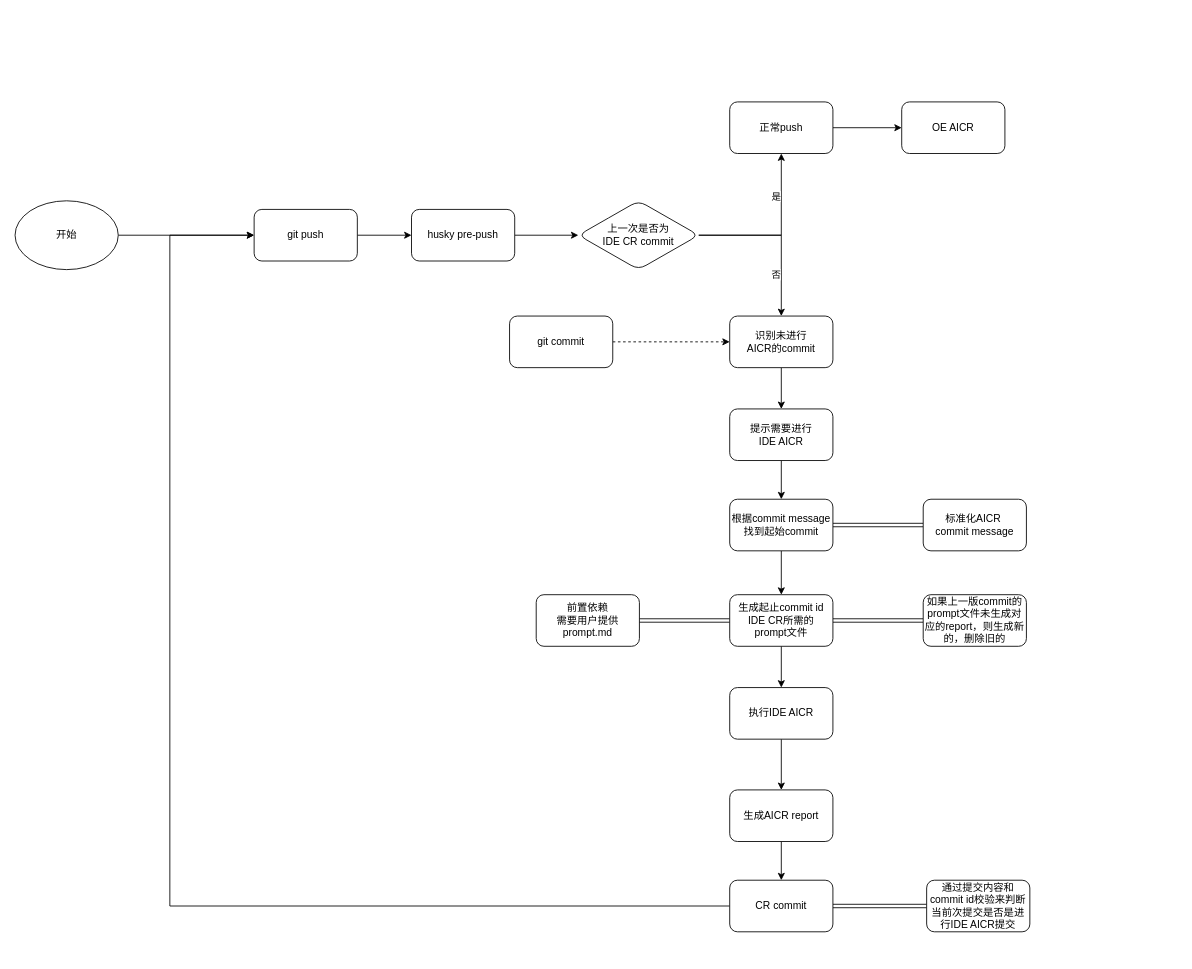
Zsynuting/diagram keeps this draw.io diagram as ide-aicr.drawio. Above is the earlier version. Source tidied: cells renumbered, new cells numbered last; positions are measured from the earlier drawing's top-left corner, leaving out a move shared by most shapes. Both pictures are drawn from the tidied source at 86%, with x=0, y=0 at pixel (15, 101).
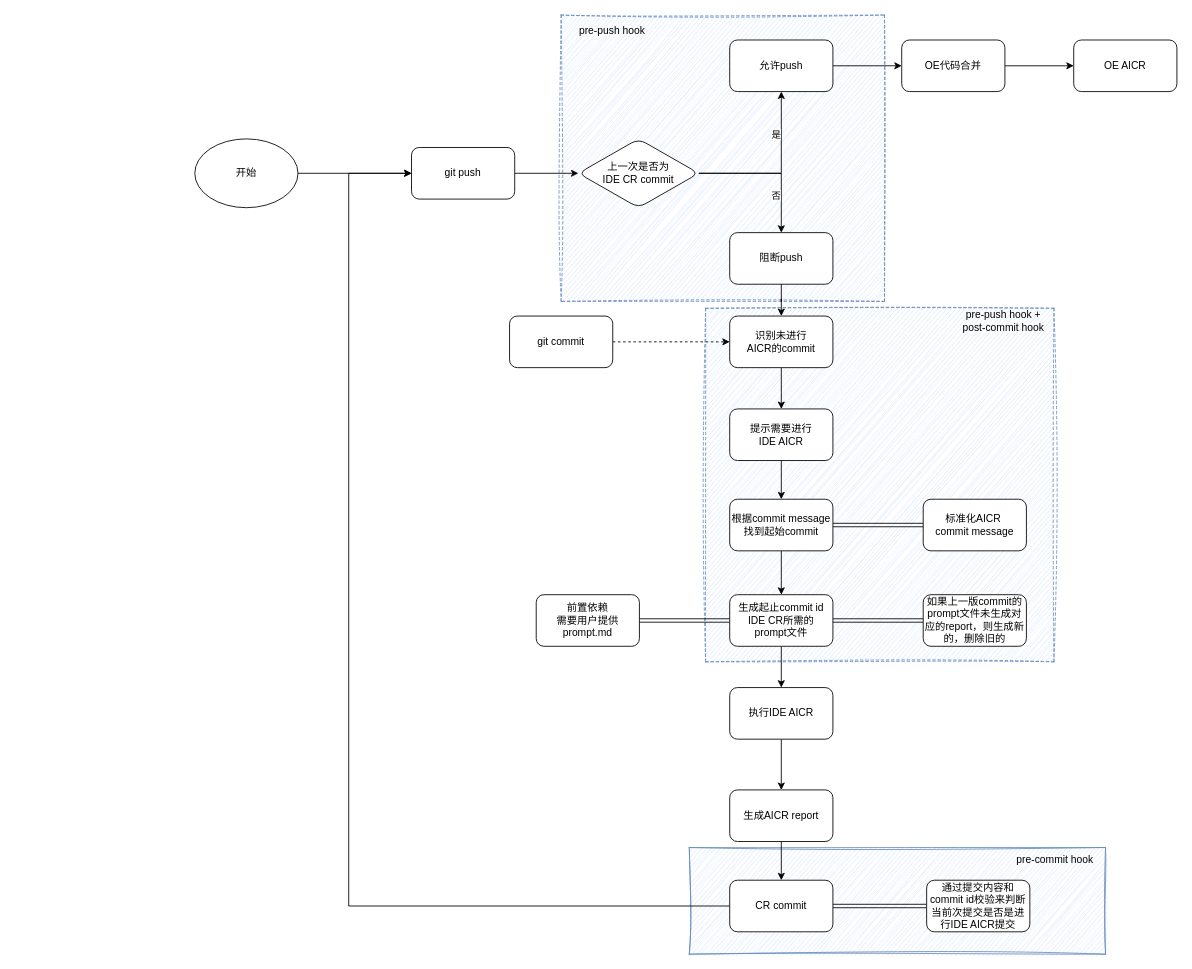
The same diagram, later.

The change refers to these unchanged cells:
```xml
<mxCell id="17" value="&lt;div&gt;提示需要进行&lt;/div&gt;&lt;div&gt;IDE AICR&lt;/div&gt;" style="whiteSpace=wrap;html=1;rounded=1;" parent="1" vertex="1">
  <mxGeometry x="831" y="357" width="120" height="60" as="geometry" />
</mxCell>
<mxCell id="30" value="CR commit" style="whiteSpace=wrap;html=1;rounded=1;" parent="1" vertex="1">
  <mxGeometry x="831" y="905" width="120" height="60" as="geometry" />
</mxCell>
<mxCell id="33" value="git commit" style="rounded=1;whiteSpace=wrap;html=1;" parent="1" vertex="1">
  <mxGeometry x="575" y="249" width="120" height="60" as="geometry" />
</mxCell>
```

What changed in the source:
```diff
@@
+    <mxCell id="40" style="rounded=0;whiteSpace=wrap;html=1;fillColor=#dae8fc;strokeColor=#6c8ebf;sketch=1;curveFitting=1;jiggle=2;" parent="1" vertex="1">
+      <mxGeometry x="784" y="867" width="484" height="124" as="geometry" />
+    </mxCell>
+    <mxCell id="41" style="rounded=0;whiteSpace=wrap;html=1;dashed=1;fillColor=#dae8fc;strokeColor=#6c8ebf;sketch=1;curveFitting=1;jiggle=2;" parent="1" vertex="1">
+      <mxGeometry x="803" y="240" width="405" height="411" as="geometry" />
+    </mxCell>
+    <mxCell id="42" style="rounded=0;whiteSpace=wrap;html=1;dashed=1;sketch=1;curveFitting=1;jiggle=2;fillColor=#dae8fc;strokeColor=#6c8ebf;" parent="1" vertex="1">
+      <mxGeometry x="635" y="-101" width="376" height="333" as="geometry" />
+    </mxCell>
@@
-    <mxCell id="3" value="husky pre-push" style="rounded=1;whiteSpace=wrap;html=1;" parent="1" vertex="1">
-      <mxGeometry x="461" y="125" width="120" height="60" as="geometry" />
+    <mxCell id="3" value="git push" style="rounded=1;whiteSpace=wrap;html=1;" parent="1" vertex="1">
+      <mxGeometry x="461" y="53" width="120" height="60" as="geometry" />
     </mxCell>
@@
     <mxCell id="8" value="上一次&lt;span style=&quot;background-color: transparent; color: light-dark(rgb(0, 0, 0), rgb(255, 255, 255));&quot;&gt;是否为&lt;/span&gt;&lt;div&gt;IDE CR commit&lt;/div&gt;" style="rhombus;whiteSpace=wrap;html=1;rounded=1;" parent="1" vertex="1">
-      <mxGeometry x="655" y="115" width="140" height="80" as="geometry" />
+      <mxGeometry x="655" y="43" width="140" height="80" as="geometry" />
     </mxCell>
@@
-    <mxCell id="10" value="正常push" style="whiteSpace=wrap;html=1;rounded=1;" parent="1" vertex="1">
-      <mxGeometry x="831" width="120" height="60" as="geometry" />
+    <mxCell id="10" value="允许push" style="whiteSpace=wrap;html=1;rounded=1;" parent="1" vertex="1">
+      <mxGeometry x="831" y="-72" width="120" height="60" as="geometry" />
     </mxCell>
+    <mxCell id="43" style="edgeStyle=orthogonalEdgeStyle;rounded=0;jettySize=auto;html=1;" parent="1" edge="1" source="11" target="47">
+      <mxGeometry relative="1" as="geometry" />
+    </mxCell>
-    <mxCell id="11" value="OE AICR" style="whiteSpace=wrap;html=1;rounded=1;" parent="1" vertex="1">
-      <mxGeometry x="1031" width="120" height="60" as="geometry" />
+    <mxCell id="11" value="OE代码合并" style="whiteSpace=wrap;html=1;rounded=1;" parent="1" vertex="1">
+      <mxGeometry x="1031" y="-72" width="120" height="60" as="geometry" />
     </mxCell>
-    <mxCell id="12" style="edgeStyle=orthogonalEdgeStyle;rounded=0;jettySize=auto;html=1;" parent="1" edge="1" source="13" target="17">
+    <mxCell id="12" style="edgeStyle=orthogonalEdgeStyle;rounded=0;jettySize=auto;html=1;" parent="1" edge="1" source="46" target="17">
       <mxGeometry relative="1" as="geometry" />
     </mxCell>
-    <mxCell id="13" value="识别未进行&lt;div&gt;AICR的commit&lt;/div&gt;" style="whiteSpace=wrap;html=1;rounded=1;" parent="1" vertex="1">
-      <mxGeometry x="831" y="249" width="120" height="60" as="geometry" />
+    <mxCell id="13" value="阻断push" style="whiteSpace=wrap;html=1;rounded=1;" parent="1" vertex="1">
+      <mxGeometry x="831" y="152" width="120" height="60" as="geometry" />
     </mxCell>
-    <mxCell id="14" style="edgeStyle=orthogonalEdgeStyle;rounded=0;jettySize=auto;html=1;" parent="1" edge="1" source="15" target="3">
-      <mxGeometry relative="1" as="geometry" />
-    </mxCell>
-    <mxCell id="15" value="git push" style="rounded=1;whiteSpace=wrap;html=1;" parent="1" vertex="1">
-      <mxGeometry x="278" y="125" width="120" height="60" as="geometry" />
-    </mxCell>
@@
-    <mxCell id="29" style="edgeStyle=orthogonalEdgeStyle;rounded=0;jettySize=auto;html=1;entryX=0;entryY=0.5;entryDx=0;entryDy=0;" parent="1" edge="1" source="30" target="15">
+    <mxCell id="29" style="edgeStyle=orthogonalEdgeStyle;rounded=0;jettySize=auto;html=1;" parent="1" edge="1" source="30" target="3">
       <mxGeometry relative="1" as="geometry">
         <Array as="points">
-          <mxPoint x="180" y="935" />
-          <mxPoint x="180" y="155" />
+          <mxPoint x="388" y="935" />
+          <mxPoint x="388" y="83" />
         </Array>
       </mxGeometry>
     </mxCell>
@@
-    <mxCell id="32" style="edgeStyle=orthogonalEdgeStyle;rounded=0;jettySize=auto;html=1;entryX=0;entryY=0.5;entryDx=0;entryDy=0;dashed=1;" parent="1" edge="1" source="33" target="13">
+    <mxCell id="32" style="edgeStyle=orthogonalEdgeStyle;rounded=0;jettySize=auto;html=1;dashed=1;" parent="1" edge="1" source="33" target="46">
       <mxGeometry relative="1" as="geometry" />
     </mxCell>
@@
-    <mxCell id="37" style="edgeStyle=orthogonalEdgeStyle;rounded=0;jettySize=auto;html=1;" parent="1" edge="1" source="38" target="15">
-      <mxGeometry relative="1" as="geometry" />
-    </mxCell>
+    <mxCell id="44" style="edgeStyle=orthogonalEdgeStyle;rounded=0;jettySize=auto;html=1;" parent="1" edge="1" source="38" target="3">
+      <mxGeometry relative="1" as="geometry" />
+    </mxCell>
     <mxCell id="38" value="开始" style="ellipse;whiteSpace=wrap;html=1;" parent="1" vertex="1">
-      <mxGeometry y="115" width="120" height="80" as="geometry" />
+      <mxGeometry x="209" y="43" width="120" height="80" as="geometry" />
     </mxCell>
@@
+    <mxCell id="45" style="edgeStyle=orthogonalEdgeStyle;rounded=0;jettySize=auto;html=1;" parent="1" edge="1" source="13" target="46">
+      <mxGeometry relative="1" as="geometry" />
+    </mxCell>
+    <mxCell id="46" value="识别未进行&lt;div&gt;AICR的commit&lt;/div&gt;" style="whiteSpace=wrap;html=1;rounded=1;" parent="1" vertex="1">
+      <mxGeometry x="831" y="249" width="120" height="60" as="geometry" />
+    </mxCell>
+    <mxCell id="47" value="OE AICR" style="whiteSpace=wrap;html=1;rounded=1;" parent="1" vertex="1">
+      <mxGeometry x="1231" y="-72" width="120" height="60" as="geometry" />
+    </mxCell>
+    <mxCell id="48" value="pre-push hook" style="text;html=1;whiteSpace=wrap;strokeColor=none;fillColor=none;align=center;verticalAlign=middle;rounded=0;" parent="1" vertex="1">
+      <mxGeometry x="636" y="-97" width="117" height="30" as="geometry" />
+    </mxCell>
+    <mxCell id="49" value="pre-commit hook" style="text;html=1;whiteSpace=wrap;strokeColor=none;fillColor=none;align=center;verticalAlign=middle;rounded=0;" parent="1" vertex="1">
+      <mxGeometry x="1151" y="867" width="117" height="30" as="geometry" />
+    </mxCell>
+    <mxCell id="50" value="pre-push hook + post-commit hook" style="text;html=1;whiteSpace=wrap;strokeColor=none;fillColor=none;align=center;verticalAlign=middle;rounded=0;" parent="1" vertex="1">
+      <mxGeometry x="1091" y="240" width="117" height="30" as="geometry" />
+    </mxCell>
```
